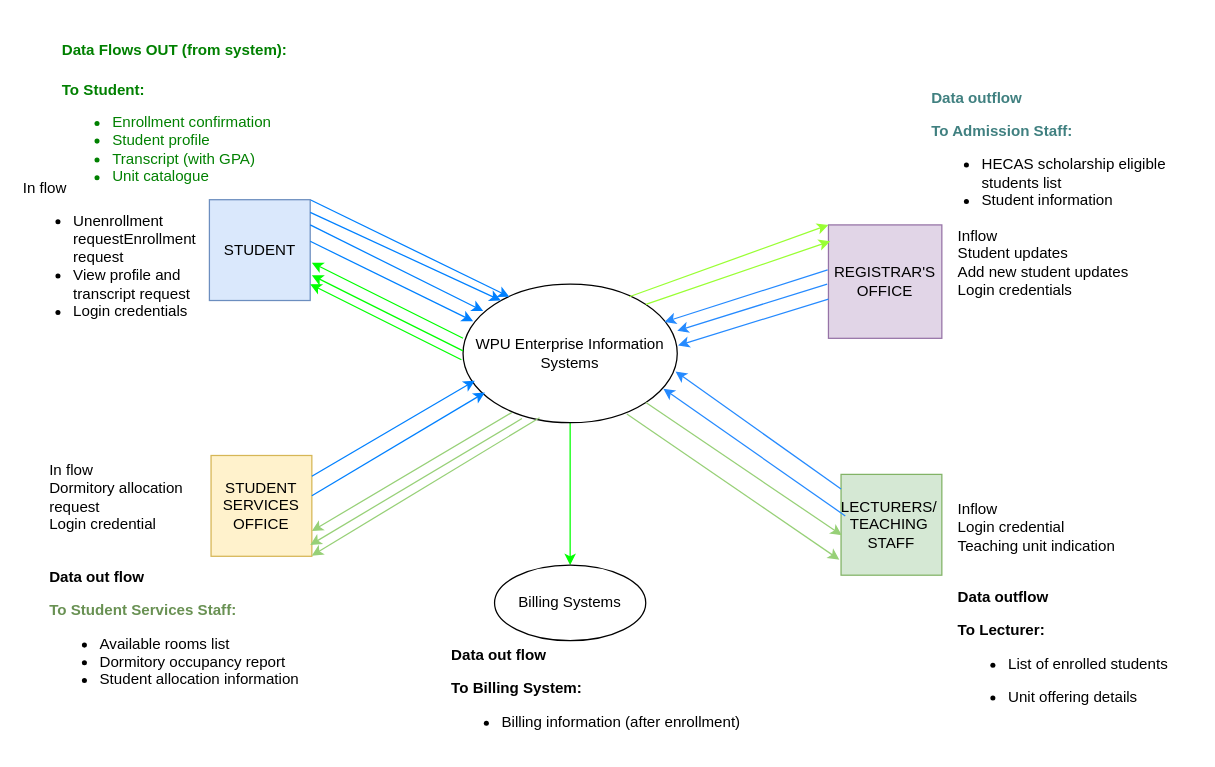
This is page "Level 0 DFD" (2 of 6) of Untitled Diagram.drawio from Nash230/IS403SystemsAnalysis-Design_MP, a draw.io file, before an edit. Source tidied: cells renumbered, new cells numbered last; positions are measured from the earlier drawing's top-left corner, leaving out a move shared by most shapes. Both pictures are drawn from the tidied source at 126%, with x=0, y=0 at pixel (21, 35).
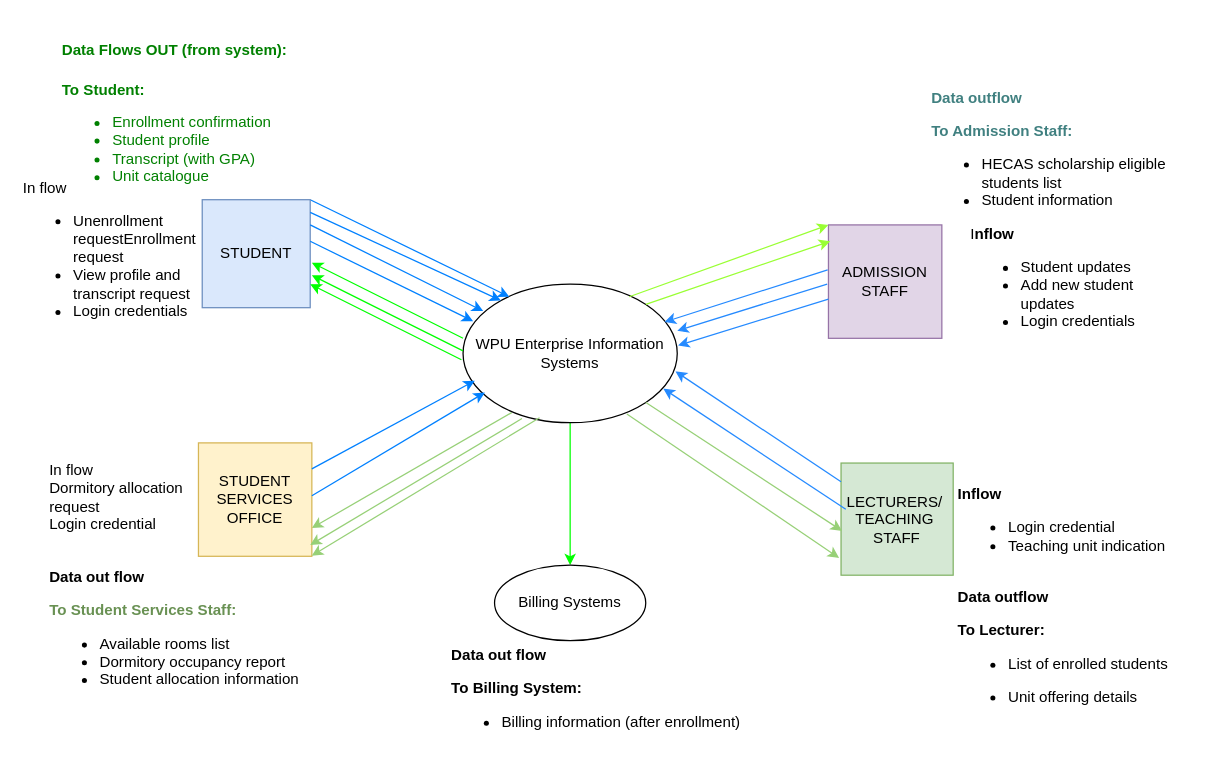
The same page after the edit.

Commit message:
Analysis Diagrams

The edit, as a diff of the source:
```diff
@@
     <mxCell id="7" value="STUDENT" style="whiteSpace=wrap;html=1;fillColor=#dae8fc;strokeColor=#6c8ebf;" parent="1" vertex="1">
-      <mxGeometry x="148.7" y="130" width="80" height="80" as="geometry" />
+      <mxGeometry x="143" y="130" width="85.7" height="85.7" as="geometry" />
     </mxCell>
-    <mxCell id="8" value="REGISTRAR'S OFFICE" style="whiteSpace=wrap;html=1;fillColor=#e1d5e7;strokeColor=#9673a6;" parent="1" vertex="1">
+    <mxCell id="8" value="ADMISSION STAFF" style="whiteSpace=wrap;html=1;fillColor=#e1d5e7;strokeColor=#9673a6;" parent="1" vertex="1">
       <mxGeometry x="640" y="150" width="90" height="90" as="geometry" />
     </mxCell>
     <mxCell id="9" value="STUDENT SERVICES OFFICE" style="whiteSpace=wrap;html=1;fillColor=#fff2cc;strokeColor=#d6b656;" parent="1" vertex="1">
-      <mxGeometry x="150" y="333" width="80" height="80" as="geometry" />
+      <mxGeometry x="140" y="323" width="90" height="90" as="geometry" />
     </mxCell>
     <mxCell id="10" value="&lt;div&gt;LECTURERS/&amp;nbsp;&lt;/div&gt;&lt;div&gt;TEACHING&amp;nbsp;&lt;/div&gt;&lt;div&gt;STAFF&lt;/div&gt;" style="whiteSpace=wrap;html=1;fillColor=#d5e8d4;strokeColor=#82b366;" parent="1" vertex="1">
-      <mxGeometry x="650" y="348" width="80" height="80" as="geometry" />
+      <mxGeometry x="650" y="339" width="89" height="89" as="geometry" />
     </mxCell>
@@
-    <mxCell id="13" value="&lt;div align=&quot;left&quot;&gt;Inflow&lt;/div&gt;&lt;div align=&quot;left&quot;&gt;Login credential&lt;/div&gt;&lt;div align=&quot;left&quot;&gt;Teaching unit indication&lt;/div&gt;" style="text;html=1;whiteSpace=wrap;strokeColor=none;fillColor=none;align=left;verticalAlign=middle;rounded=0;" parent="1" vertex="1">
+    <mxCell id="13" value="&lt;div align=&quot;left&quot;&gt;&lt;b&gt;Inflow&lt;/b&gt;&lt;/div&gt;&lt;ul&gt;&lt;li align=&quot;left&quot;&gt;Login credential&lt;/li&gt;&lt;li align=&quot;left&quot;&gt;Teaching unit indication&lt;/li&gt;&lt;/ul&gt;" style="text;html=1;whiteSpace=wrap;strokeColor=none;fillColor=none;align=left;verticalAlign=middle;rounded=0;" parent="1" vertex="1">
       <mxGeometry x="741" y="350" width="169" height="80" as="geometry" />
     </mxCell>
-    <mxCell id="14" value="&lt;div align=&quot;left&quot;&gt;Inflow&lt;/div&gt;&lt;div align=&quot;left&quot;&gt;Student updates&lt;/div&gt;&lt;div align=&quot;left&quot;&gt;Add new student updates&lt;/div&gt;&lt;div align=&quot;left&quot;&gt;Login credentials&lt;/div&gt;" style="text;html=1;whiteSpace=wrap;strokeColor=none;fillColor=none;align=left;verticalAlign=middle;rounded=0;" parent="1" vertex="1">
-      <mxGeometry x="741" y="150" width="140" height="60" as="geometry" />
+    <mxCell id="14" value="&lt;div align=&quot;left&quot;&gt;I&lt;b&gt;nflow&lt;/b&gt;&lt;/div&gt;&lt;ul&gt;&lt;li align=&quot;left&quot;&gt;Student updates&lt;/li&gt;&lt;li align=&quot;left&quot;&gt;Add new student updates&lt;/li&gt;&lt;li align=&quot;left&quot;&gt;Login credentials&lt;/li&gt;&lt;/ul&gt;" style="text;html=1;whiteSpace=wrap;strokeColor=none;fillColor=none;align=left;verticalAlign=middle;rounded=0;" parent="1" vertex="1">
+      <mxGeometry x="751" y="168" width="140" height="60" as="geometry" />
     </mxCell>
```
